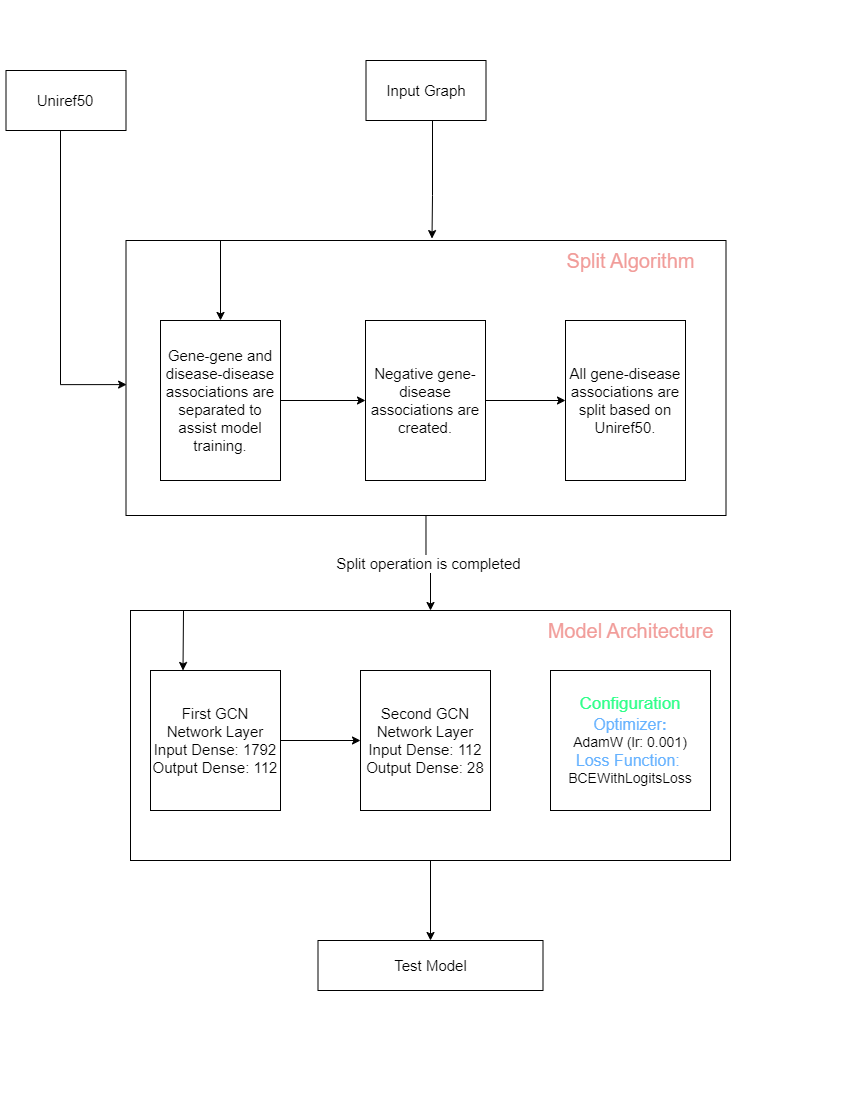
bossman48/GLADIGATOR keeps this draw.io diagram as Comparison-Open-Graph-Dataset/Run_Model/run-model.png. Above is the earlier version. Source tidied: cells renumbered, new cells last; positions are measured from the earlier drawing's top-left corner, leaving out a move shared by most shapes.
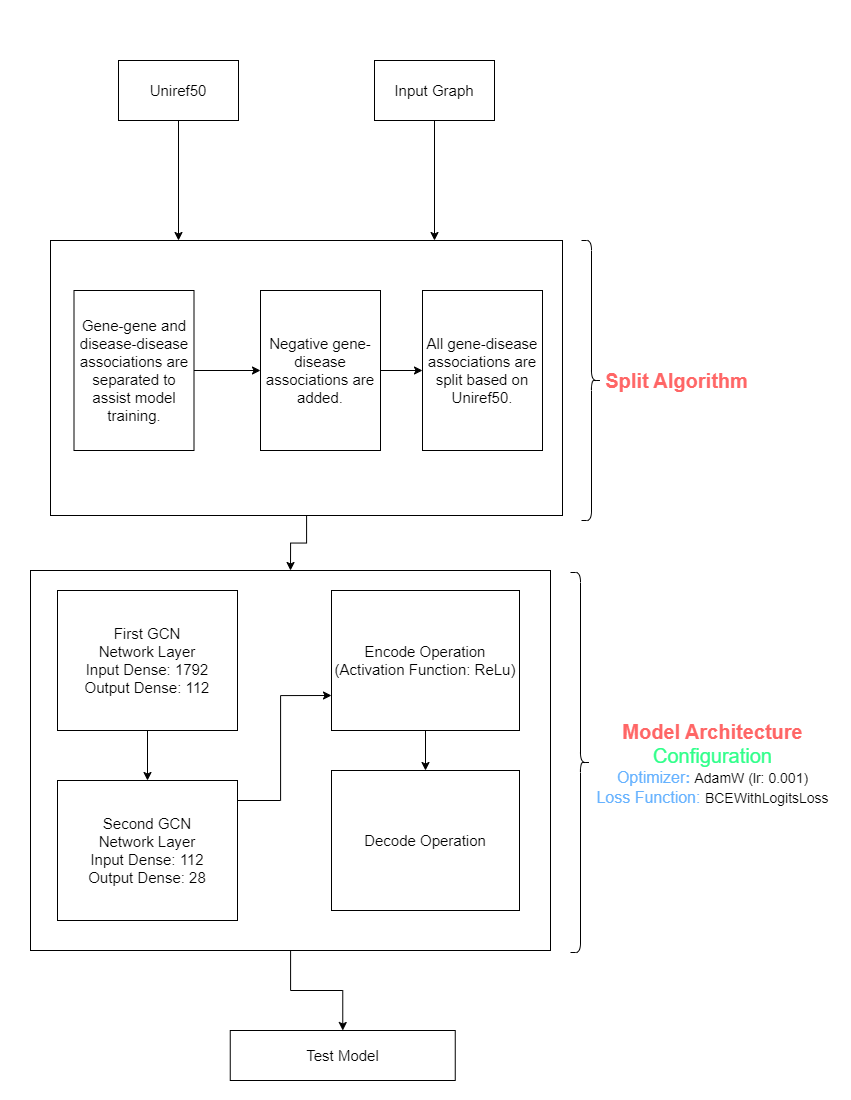
Above is the later version.

Diff of the diagram source:
```diff
@@ -2,51 +2,38 @@
   <root>
     <mxCell id="0" />
     <mxCell id="1" parent="0" />
+    <mxCell id="17" style="edgeStyle=orthogonalEdgeStyle;rounded=0;jettySize=auto;html=1;entryX=0.75;entryY=0;entryDx=0;entryDy=0;" parent="1" edge="1" source="2" target="7">
+      <mxGeometry relative="1" as="geometry" />
+    </mxCell>
     <mxCell id="2" value="&lt;font style=&quot;font-size: 15px;&quot;&gt;Input Graph&lt;/font&gt;" style="rounded=0;whiteSpace=wrap;html=1;" parent="1" vertex="1">
-      <mxGeometry x="359.5" width="120" height="60" as="geometry" />
+      <mxGeometry x="368" width="120" height="60" as="geometry" />
     </mxCell>
-    <mxCell id="3" style="edgeStyle=orthogonalEdgeStyle;rounded=0;jettySize=auto;html=1;entryX=0.001;entryY=0.524;entryDx=0;entryDy=0;entryPerimeter=0;exitX=0.5;exitY=1;exitDx=0;exitDy=0;" parent="1" edge="1" source="4" target="7">
-      <mxGeometry relative="1" as="geometry">
-        <Array as="points">
-          <mxPoint x="54" y="70" />
-          <mxPoint x="54" y="324" />
-        </Array>
-      </mxGeometry>
+    <mxCell id="3" style="edgeStyle=orthogonalEdgeStyle;rounded=0;jettySize=auto;html=1;entryX=0.25;entryY=0;entryDx=0;entryDy=0;" parent="1" edge="1" source="4" target="7">
+      <mxGeometry relative="1" as="geometry" />
     </mxCell>
     <mxCell id="4" value="&lt;span style=&quot;font-size: 15px;&quot;&gt;Uniref50&lt;/span&gt;" style="rounded=0;whiteSpace=wrap;html=1;" parent="1" vertex="1">
-      <mxGeometry x="-0.5" y="10" width="120" height="60" as="geometry" />
+      <mxGeometry x="112" width="120" height="60" as="geometry" />
     </mxCell>
-    <mxCell id="5" style="edgeStyle=orthogonalEdgeStyle;rounded=0;jettySize=auto;html=1;" parent="1" edge="1" source="7" target="16">
+    <mxCell id="5" style="edgeStyle=orthogonalEdgeStyle;rounded=0;jettySize=auto;html=1;entryX=0.5;entryY=0;entryDx=0;entryDy=0;" parent="1" edge="1" source="7" target="16">
       <mxGeometry relative="1" as="geometry" />
     </mxCell>
-    <mxCell id="6" value="&lt;font style=&quot;font-size: 15px;&quot;&gt;Split operation is completed&lt;/font&gt;" style="edgeLabel;html=1;align=center;verticalAlign=middle;" parent="5" vertex="1">
-      <mxGeometry relative="1" as="geometry" />
-    </mxCell>
     <mxCell id="7" style="rounded=0;whiteSpace=wrap;html=1;" parent="1" vertex="1">
-      <mxGeometry x="119.5" y="180" width="600" height="275" as="geometry" />
+      <mxGeometry x="44" y="180" width="512" height="275" as="geometry" />
     </mxCell>
     <mxCell id="8" style="edgeStyle=orthogonalEdgeStyle;rounded=0;jettySize=auto;html=1;" parent="1" edge="1" source="9" target="12">
       <mxGeometry relative="1" as="geometry" />
     </mxCell>
     <mxCell id="9" value="&lt;font style=&quot;font-size: 15px;&quot;&gt;Gene-gene and disease-disease associations are separated to assist model training.&lt;/font&gt;" style="rounded=0;whiteSpace=wrap;html=1;" parent="1" vertex="1">
-      <mxGeometry x="154" y="260" width="120" height="160" as="geometry" />
+      <mxGeometry x="67.5" y="230" width="120" height="160" as="geometry" />
     </mxCell>
-    <mxCell id="10" style="edgeStyle=orthogonalEdgeStyle;rounded=0;jettySize=auto;html=1;entryX=0.5;entryY=0;entryDx=0;entryDy=0;" parent="1" edge="1" target="9">
-      <mxGeometry relative="1" as="geometry">
-        <mxPoint x="214" y="180" as="sourcePoint" />
-        <Array as="points">
-          <mxPoint x="214" y="260" />
-        </Array>
-      </mxGeometry>
-    </mxCell>
     <mxCell id="11" style="edgeStyle=orthogonalEdgeStyle;rounded=0;jettySize=auto;html=1;" parent="1" edge="1" source="12" target="13">
       <mxGeometry relative="1" as="geometry" />
     </mxCell>
-    <mxCell id="12" value="&lt;font style=&quot;font-size: 15px;&quot;&gt;Negative gene-disease associations are created.&lt;/font&gt;" style="rounded=0;whiteSpace=wrap;html=1;" parent="1" vertex="1">
-      <mxGeometry x="359" y="260" width="120" height="160" as="geometry" />
+    <mxCell id="12" value="&lt;font style=&quot;font-size: 15px;&quot;&gt;Negative gene-disease associations are added.&lt;/font&gt;" style="rounded=0;whiteSpace=wrap;html=1;" parent="1" vertex="1">
+      <mxGeometry x="254" y="230" width="120" height="160" as="geometry" />
     </mxCell>
     <mxCell id="13" value="&lt;font style=&quot;font-size: 15px;&quot;&gt;All gene-disease associations are split based on Uniref50.&lt;/font&gt;" style="rounded=0;whiteSpace=wrap;html=1;" parent="1" vertex="1">
-      <mxGeometry x="559" y="260" width="120" height="160" as="geometry" />
+      <mxGeometry x="416" y="230" width="120" height="160" as="geometry" />
     </mxCell>
     <mxCell id="14" style="edgeStyle=orthogonalEdgeStyle;rounded=0;orthogonalLoop=1;jettySize=auto;html=1;exitX=0.5;exitY=1;exitDx=0;exitDy=0;" parent="1" edge="1" source="7" target="7">
       <mxGeometry relative="1" as="geometry" />
@@ -55,44 +42,48 @@
       <mxGeometry relative="1" as="geometry" />
     </mxCell>
     <mxCell id="16" style="rounded=0;whiteSpace=wrap;html=1;" parent="1" vertex="1">
-      <mxGeometry x="124" y="550" width="600" height="250" as="geometry" />
+      <mxGeometry x="24" y="510" width="520" height="380" as="geometry" />
     </mxCell>
-    <mxCell id="17" style="edgeStyle=orthogonalEdgeStyle;rounded=0;jettySize=auto;html=1;entryX=0.51;entryY=-0.007;entryDx=0;entryDy=0;entryPerimeter=0;" parent="1" edge="1" source="2" target="7">
-      <mxGeometry relative="1" as="geometry">
-        <Array as="points">
-          <mxPoint x="426" y="135" />
-          <mxPoint x="425" y="135" />
-        </Array>
-      </mxGeometry>
-    </mxCell>
-    <mxCell id="18" value="&lt;font color=&quot;#f19c99&quot; size=&quot;1&quot; style=&quot;&quot;&gt;&lt;span style=&quot;font-size: 20px;&quot;&gt;Split Algorithm&lt;/span&gt;&lt;/font&gt;" style="text;html=1;align=center;verticalAlign=middle;strokeColor=none;fillColor=none;" parent="1" vertex="1">
-      <mxGeometry x="549" y="180" width="150" height="40" as="geometry" />
+    <mxCell id="18" value="&lt;font color=&quot;#ff6666&quot; size=&quot;1&quot; style=&quot;&quot;&gt;&lt;span style=&quot;font-size: 20px;&quot;&gt;&lt;b style=&quot;&quot;&gt;Split Algorithm&lt;/b&gt;&lt;/span&gt;&lt;/font&gt;" style="text;html=1;align=center;verticalAlign=middle;strokeColor=none;fillColor=none;" parent="1" vertex="1">
+      <mxGeometry x="585" y="300" width="170" height="40" as="geometry" />
     </mxCell>
-    <mxCell id="19" value="&lt;font style=&quot;&quot;&gt;&lt;font color=&quot;#f19c99&quot; style=&quot;font-size: 20px;&quot;&gt;Model Architecture&lt;/font&gt;&lt;br&gt;&lt;/font&gt;" style="text;html=1;align=center;verticalAlign=middle;strokeColor=none;fillColor=none;" parent="1" vertex="1">
-      <mxGeometry x="529" y="550" width="190" height="40" as="geometry" />
-    </mxCell>
     <mxCell id="20" style="edgeStyle=orthogonalEdgeStyle;rounded=0;jettySize=auto;html=1;" parent="1" edge="1" source="21" target="23">
       <mxGeometry relative="1" as="geometry" />
     </mxCell>
     <mxCell id="21" value="&lt;font style=&quot;font-size: 15px;&quot;&gt;First GCN &lt;br&gt;Network Layer&lt;br&gt;Input Dense: 1792&lt;br&gt;Output Dense: 112&lt;br&gt;&lt;/font&gt;" style="rounded=0;whiteSpace=wrap;html=1;" parent="1" vertex="1">
-      <mxGeometry x="144" y="610" width="130" height="140" as="geometry" />
+      <mxGeometry x="51" y="530" width="180" height="140" as="geometry" />
     </mxCell>
-    <mxCell id="22" style="edgeStyle=orthogonalEdgeStyle;rounded=0;jettySize=auto;html=1;entryX=0.25;entryY=0;entryDx=0;entryDy=0;" parent="1" edge="1" target="21">
-      <mxGeometry relative="1" as="geometry">
-        <mxPoint x="177" y="550" as="sourcePoint" />
-        <Array as="points">
-          <mxPoint x="177" y="550" />
-        </Array>
-      </mxGeometry>
-    </mxCell>
     <mxCell id="23" value="&lt;font style=&quot;font-size: 15px;&quot;&gt;Second GCN &lt;br&gt;Network Layer&lt;br&gt;Input Dense: 112&lt;br&gt;Output Dense: 28&lt;br&gt;&lt;/font&gt;" style="rounded=0;whiteSpace=wrap;html=1;" parent="1" vertex="1">
-      <mxGeometry x="354" y="610" width="130" height="140" as="geometry" />
+      <mxGeometry x="51" y="720" width="180" height="140" as="geometry" />
     </mxCell>
-    <mxCell id="24" value="&lt;font style=&quot;font-size: 14px;&quot;&gt;&lt;font color=&quot;#30ff8a&quot; style=&quot;font-size: 17px;&quot;&gt;Configuration&lt;/font&gt;&lt;br&gt;&lt;font color=&quot;#66b2ff&quot;&gt;&lt;font style=&quot;font-size: 16px;&quot;&gt;Optimizer&lt;/font&gt;&lt;b style=&quot;font-size: 15px;&quot;&gt;: &lt;/b&gt;&lt;/font&gt;&lt;br&gt;AdamW (&lt;span style=&quot;&quot;&gt;lr: 0.001&lt;/span&gt;&lt;span style=&quot;&quot;&gt;)&lt;/span&gt;&lt;br&gt;&lt;span style=&quot;&quot;&gt;&lt;font color=&quot;#66b2ff&quot;&gt;&lt;font style=&quot;font-size: 16px;&quot;&gt;Loss Function:&amp;nbsp;&lt;/font&gt;&lt;br&gt;&lt;/font&gt;&lt;/span&gt;&lt;/font&gt;&lt;font style=&quot;font-size: 14px;&quot;&gt;BCEWithLogitsLoss&lt;/font&gt;" style="rounded=0;whiteSpace=wrap;html=1;" parent="1" vertex="1">
-      <mxGeometry x="544" y="610" width="160" height="140" as="geometry" />
-    </mxCell>
     <mxCell id="25" value="&lt;font style=&quot;font-size: 15px;&quot;&gt;Test Model&lt;/font&gt;" style="rounded=0;whiteSpace=wrap;html=1;" parent="1" vertex="1">
-      <mxGeometry x="311.5" y="880" width="225" height="50" as="geometry" />
+      <mxGeometry x="223.8" y="970" width="225" height="50" as="geometry" />
     </mxCell>
+    <mxCell id="26" value="&lt;font style=&quot;border-color: var(--border-color); font-size: 14px;&quot;&gt;&lt;font style=&quot;border-color: var(--border-color); font-size: 20px;&quot;&gt;&lt;font style=&quot;font-size: 20px;&quot; color=&quot;#ff6666&quot;&gt;&lt;b&gt;Model Architecture&lt;br&gt;&lt;/b&gt;&lt;/font&gt;&lt;font color=&quot;#30ff8a&quot;&gt;Configuration&lt;/font&gt;&lt;/font&gt;&lt;br style=&quot;border-color: var(--border-color);&quot;&gt;&lt;font style=&quot;border-color: var(--border-color);&quot; color=&quot;#66b2ff&quot;&gt;&lt;font style=&quot;border-color: var(--border-color); font-size: 16px;&quot;&gt;Optimizer&lt;/font&gt;&lt;b style=&quot;border-color: var(--border-color); font-size: 15px;&quot;&gt;:&amp;nbsp;&lt;/b&gt;&lt;/font&gt;AdamW (lr: 0.001&lt;span style=&quot;border-color: var(--border-color);&quot;&gt;)&lt;/span&gt;&lt;br style=&quot;border-color: var(--border-color);&quot;&gt;&lt;span style=&quot;border-color: var(--border-color);&quot;&gt;&lt;font style=&quot;border-color: var(--border-color);&quot; color=&quot;#66b2ff&quot;&gt;&lt;font style=&quot;border-color: var(--border-color); font-size: 16px;&quot;&gt;Loss Function:&amp;nbsp;&lt;/font&gt;&lt;/font&gt;&lt;/span&gt;&lt;/font&gt;&lt;font style=&quot;border-color: var(--border-color); font-size: 14px;&quot;&gt;BCEWithLogitsLoss&lt;/font&gt;" style="text;html=1;align=center;verticalAlign=middle;whiteSpace=wrap;rounded=0;" parent="1" vertex="1">
+      <mxGeometry x="585" y="634" width="243" height="138" as="geometry" />
+    </mxCell>
+    <mxCell id="27" style="shape=curlyBracket;whiteSpace=wrap;html=1;rounded=1;flipH=1;labelPosition=right;verticalLabelPosition=middle;align=left;verticalAlign=middle;" parent="1" vertex="1">
+      <mxGeometry x="564" y="512" width="20" height="380" as="geometry" />
+    </mxCell>
+    <mxCell id="28" style="shape=curlyBracket;whiteSpace=wrap;html=1;rounded=1;flipH=1;labelPosition=right;verticalLabelPosition=middle;align=left;verticalAlign=middle;" parent="1" vertex="1">
+      <mxGeometry x="575" y="180" width="20" height="280" as="geometry" />
+    </mxCell>
+    <mxCell id="29" style="edgeStyle=orthogonalEdgeStyle;rounded=0;jettySize=auto;html=1;" parent="1" edge="1" source="30" target="32">
+      <mxGeometry relative="1" as="geometry" />
+    </mxCell>
+    <mxCell id="30" value="&lt;font style=&quot;font-size: 15px;&quot;&gt;Encode Operation&lt;br&gt;(Activation Function: ReLu)&lt;br&gt;&lt;/font&gt;" style="rounded=0;whiteSpace=wrap;html=1;" parent="1" vertex="1">
+      <mxGeometry x="325" y="530" width="188" height="140" as="geometry" />
+    </mxCell>
+    <mxCell id="31" style="edgeStyle=orthogonalEdgeStyle;rounded=0;jettySize=auto;html=1;entryX=0;entryY=0.75;entryDx=0;entryDy=0;" parent="1" edge="1" source="23" target="30">
+      <mxGeometry relative="1" as="geometry">
+        <Array as="points">
+          <mxPoint x="274" y="740" />
+          <mxPoint x="274" y="635" />
+        </Array>
+      </mxGeometry>
+    </mxCell>
+    <mxCell id="32" value="&lt;font style=&quot;font-size: 15px;&quot;&gt;Decode Operation&lt;br&gt;&lt;/font&gt;" style="rounded=0;whiteSpace=wrap;html=1;" parent="1" vertex="1">
+      <mxGeometry x="325" y="710" width="188" height="140" as="geometry" />
+    </mxCell>
   </root>
 </mxGraphModel>
```
